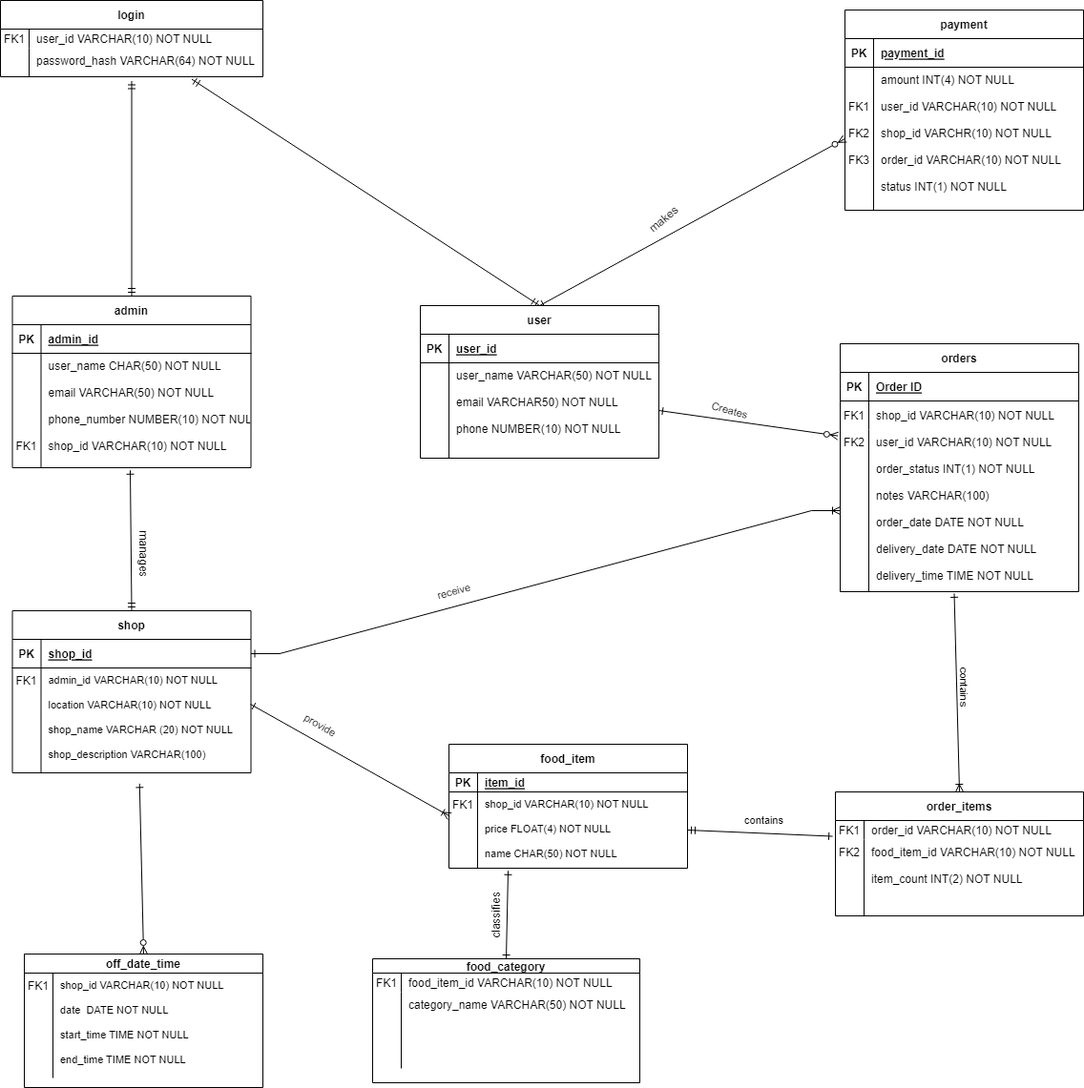
Above: Documentation/ER_diagram.png in Adhokshaja73/Fast-Food (draw.io), before the change. Source tidied: cells renumbered, new cells last; positions are measured from the earlier drawing's top-left corner, leaving out a move shared by most shapes.
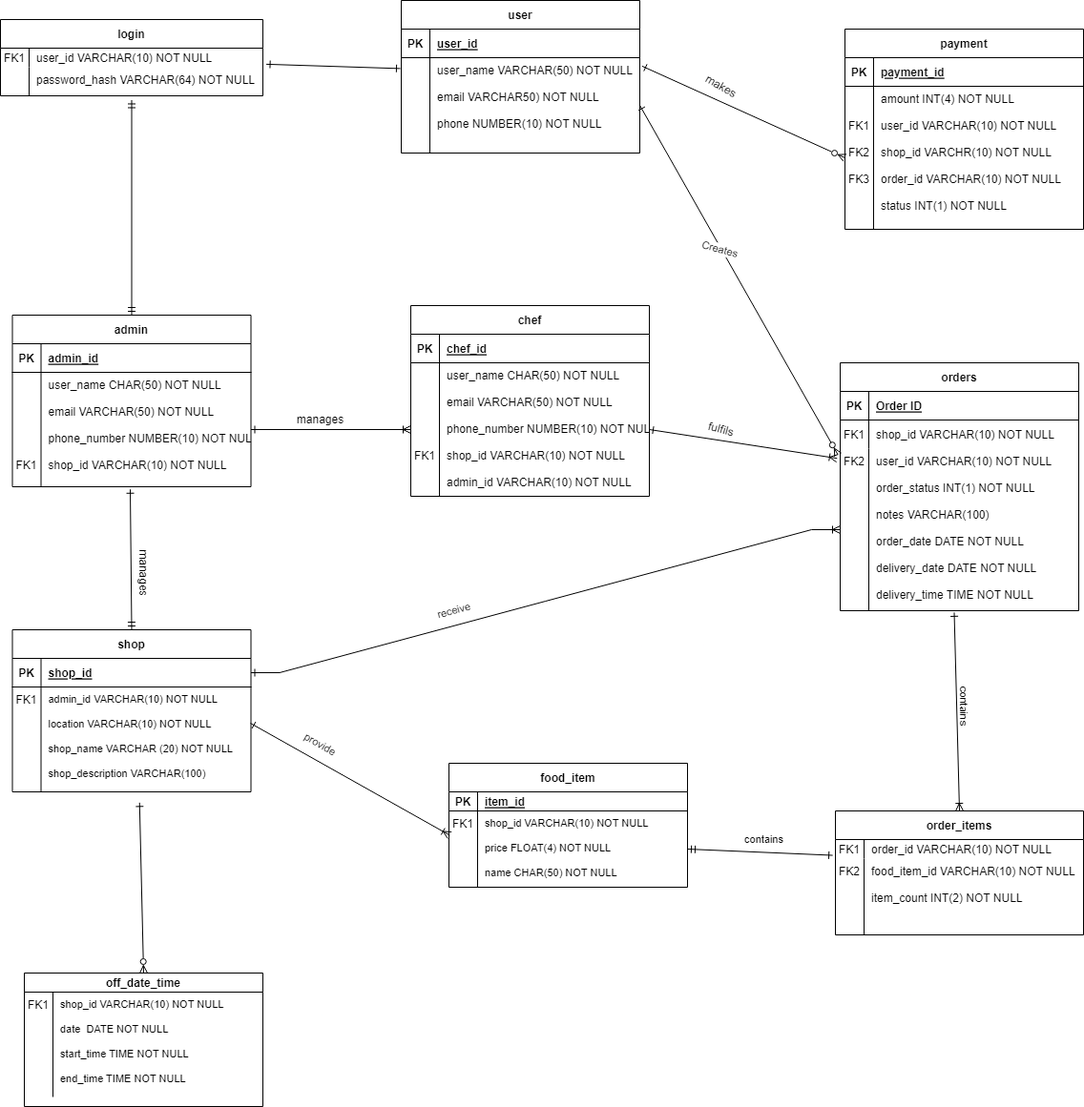
The same file after the commit.

Diff of the diagram source:
```diff
@@ -64,14 +64,14 @@
     <mxCell id="21" value="food_item_id VARCHAR(10) NOT NULL&#10;&#10;item_count INT(2) NOT NULL" style="shape=partialRectangle;overflow=hidden;fillColor=none;top=0;left=0;bottom=0;right=0;align=left;spacingLeft=6;verticalAlign=top;" parent="19" vertex="1">
       <mxGeometry x="30" width="230" height="80" as="geometry" />
     </mxCell>
-    <mxCell id="22" style="edgeStyle=none;rounded=0;jettySize=auto;html=1;exitX=0.5;exitY=0;exitDx=0;exitDy=0;fontSize=12;startArrow=ERmandOne;startFill=0;endArrow=ERmandOne;endFill=0;entryX=0.729;entryY=1.086;entryDx=0;entryDy=0;entryPerimeter=0;" parent="1" edge="1" source="24" target="65">
+    <mxCell id="22" style="edgeStyle=none;rounded=0;jettySize=auto;html=1;exitX=-0.004;exitY=0.114;exitDx=0;exitDy=0;fontSize=12;startArrow=ERone;startFill=0;endArrow=ERone;endFill=0;entryX=1.013;entryY=-0.104;entryDx=0;entryDy=0;entryPerimeter=0;exitPerimeter=0;" parent="1" edge="1" source="28" target="65">
       <mxGeometry relative="1" as="geometry" />
     </mxCell>
-    <mxCell id="23" style="edgeStyle=none;rounded=0;jettySize=auto;html=1;exitX=0.5;exitY=0;exitDx=0;exitDy=0;entryX=0;entryY=0.5;entryDx=0;entryDy=0;fontSize=12;startArrow=ERone;startFill=0;endArrow=ERzeroToMany;endFill=0;" parent="1" edge="1" source="24" target="73">
+    <mxCell id="23" style="edgeStyle=none;rounded=0;jettySize=auto;html=1;exitX=1.009;exitY=0.088;exitDx=0;exitDy=0;entryX=0;entryY=0.5;entryDx=0;entryDy=0;fontSize=12;startArrow=ERone;startFill=0;endArrow=ERzeroToMany;endFill=0;exitPerimeter=0;" parent="1" edge="1" source="28" target="73">
       <mxGeometry relative="1" as="geometry" />
     </mxCell>
     <mxCell id="24" value="user" style="shape=table;startSize=30;rowLines=0;fontStyle=1;align=center;" parent="1" vertex="1">
-      <mxGeometry x="440" y="320" width="250" height="160" as="geometry" />
+      <mxGeometry x="420" y="-20" width="250" height="160" as="geometry" />
     </mxCell>
     <mxCell id="25" style="shape=partialRectangle;fillColor=none;top=0;left=0;right=0;bottom=1;" parent="24" vertex="1">
       <mxGeometry y="30" width="250" height="30" as="geometry" />
@@ -226,8 +226,8 @@
     <mxCell id="75" value="amount INT(4) NOT NULL&#10;&#10;user_id VARCHAR(10) NOT NULL&#10;&#10;shop_id VARCHR(10) NOT NULL&#10;&#10;order_id VARCHAR(10) NOT NULL&#10;&#10;status INT(1) NOT NULL" style="shape=partialRectangle;overflow=hidden;fillColor=none;top=0;left=0;bottom=0;right=0;align=left;spacingLeft=6;fontSize=12;verticalAlign=top;" parent="73" vertex="1">
       <mxGeometry x="30" width="220" height="150" as="geometry" />
     </mxCell>
-    <mxCell id="76" value="makes" style="text;html=1;align=center;verticalAlign=middle;strokeColor=none;fillColor=none;fontSize=12;rotation=-40;" parent="1" vertex="1">
-      <mxGeometry x="670" y="220" width="50" height="20" as="geometry" />
+    <mxCell id="76" value="makes" style="text;html=1;align=center;verticalAlign=middle;strokeColor=none;fillColor=none;fontSize=12;rotation=30;" parent="1" vertex="1">
+      <mxGeometry x="730" y="60" width="50" height="20" as="geometry" />
     </mxCell>
     <mxCell id="77" value="off_date_time" style="shape=table;startSize=20;rowLines=0;fontStyle=1;align=center;" parent="1" vertex="1">
       <mxGeometry x="25" y="1000" width="250" height="140" as="geometry" />
@@ -244,32 +244,38 @@
     <mxCell id="81" style="edgeStyle=none;rounded=0;jettySize=auto;html=1;exitX=0.533;exitY=1.103;exitDx=0;exitDy=0;fontSize=12;startArrow=ERone;startFill=0;endArrow=ERzeroToMany;endFill=0;exitPerimeter=0;entryX=0.5;entryY=0;entryDx=0;entryDy=0;" parent="1" edge="1" source="46" target="77">
       <mxGeometry relative="1" as="geometry" />
     </mxCell>
-    <mxCell id="82" style="rounded=0;jettySize=auto;html=1;exitX=0.5;exitY=0;exitDx=0;exitDy=0;entryX=0.248;entryY=1.035;entryDx=0;entryDy=0;entryPerimeter=0;endArrow=ERone;endFill=0;startArrow=ERone;startFill=0;" parent="1" edge="1" source="83" target="37">
-      <mxGeometry relative="1" as="geometry" />
-    </mxCell>
-    <mxCell id="83" value="food_category" style="shape=table;startSize=15;rowLines=0;fontStyle=1;align=center;" parent="1" vertex="1">
-      <mxGeometry x="390" y="1005" width="280" height="130" as="geometry" />
-    </mxCell>
-    <mxCell id="84" style="shape=partialRectangle;fillColor=none;top=0;left=0;right=0;bottom=0;" parent="83" vertex="1">
-      <mxGeometry y="15" width="280" height="20" as="geometry" />
-    </mxCell>
+    <mxCell id="91" value="chef" style="shape=table;startSize=30;rowLines=0;fontStyle=1;align=center;" parent="1" vertex="1">
+      <mxGeometry x="430" y="300" width="250" height="200" as="geometry" />
+    </mxCell>
+    <mxCell id="92" style="shape=partialRectangle;fillColor=none;top=0;left=0;right=0;bottom=1;" parent="91" vertex="1">
+      <mxGeometry y="30" width="250" height="30" as="geometry" />
+    </mxCell>
+    <mxCell id="93" value="PK" style="shape=partialRectangle;overflow=hidden;fillColor=none;top=0;left=0;bottom=0;right=0;fontStyle=1;" parent="92" vertex="1">
+      <mxGeometry width="30" height="30" as="geometry" />
+    </mxCell>
+    <mxCell id="94" value="chef_id" style="shape=partialRectangle;overflow=hidden;fillColor=none;top=0;left=0;bottom=0;right=0;align=left;spacingLeft=6;fontStyle=5;" parent="92" vertex="1">
+      <mxGeometry x="30" width="220" height="30" as="geometry" />
+    </mxCell>
+    <mxCell id="95" style="shape=partialRectangle;fillColor=none;points=[[0,0.5],[1,0.5]];portConstraint=eastwest;top=0;left=0;right=0;bottom=0;" parent="91" vertex="1">
+      <mxGeometry y="60" width="250" height="140" as="geometry" />
+    </mxCell>
-    <mxCell id="85" value="FK1" style="shape=partialRectangle;overflow=hidden;fillColor=none;top=0;left=0;bottom=0;right=0;" parent="84" vertex="1">
-      <mxGeometry width="30" height="20" as="geometry" />
+    <mxCell id="85" value="&#10;&#10;&#10;&#10;&#10;&#10;FK1" style="shape=partialRectangle;overflow=hidden;fillColor=none;top=0;left=0;bottom=0;right=0;verticalAlign=top;" parent="95" vertex="1">
+      <mxGeometry width="30" height="140" as="geometry" />
     </mxCell>
-    <mxCell id="86" value="food_item_id VARCHAR(10) NOT NULL" style="shape=partialRectangle;overflow=hidden;fillColor=none;top=0;left=0;bottom=0;right=0;align=left;spacingLeft=6;" parent="84" vertex="1">
-      <mxGeometry x="30" width="250" height="20" as="geometry" />
-    </mxCell>
-    <mxCell id="87" style="shape=partialRectangle;fillColor=none;top=0;left=0;right=0;bottom=0;" parent="83" vertex="1">
-      <mxGeometry y="35" width="280" height="80" as="geometry" />
-    </mxCell>
-    <mxCell id="88" style="shape=partialRectangle;overflow=hidden;fillColor=none;top=0;left=0;bottom=0;right=0;verticalAlign=top;" parent="87" vertex="1">
-      <mxGeometry width="30" height="80" as="geometry" />
-    </mxCell>
-    <mxCell id="89" value="category_name VARCHAR(50) NOT NULL" style="shape=partialRectangle;overflow=hidden;fillColor=none;top=0;left=0;bottom=0;right=0;align=left;spacingLeft=6;verticalAlign=top;" parent="87" vertex="1">
-      <mxGeometry x="30" width="250" height="80" as="geometry" />
-    </mxCell>
-    <mxCell id="90" value="classifies" style="text;html=1;align=center;verticalAlign=middle;strokeColor=none;fillColor=none;rotation=-90;" parent="1" vertex="1">
-      <mxGeometry x="490" y="950" width="60" height="20" as="geometry" />
-    </mxCell>
+    <mxCell id="96" value="user_name CHAR(50) NOT NULL&#10;&#10;email VARCHAR(50) NOT NULL&#10;&#10;phone_number NUMBER(10) NOT NULL&#10;&#10;shop_id VARCHAR(10) NOT NULL&#10;&#10;admin_id VARCHAR(10) NOT NULL&#10;&#10;" style="shape=partialRectangle;overflow=hidden;fillColor=none;top=0;left=0;bottom=0;right=0;align=left;spacingLeft=6;fontSize=12;verticalAlign=top;" parent="95" vertex="1">
+      <mxGeometry x="30" width="220" height="140" as="geometry" />
+    </mxCell>
+    <mxCell id="97" style="rounded=0;jettySize=auto;html=1;exitX=1;exitY=0.5;exitDx=0;exitDy=0;entryX=-0.013;entryY=0.06;entryDx=0;entryDy=0;entryPerimeter=0;startArrow=ERone;startFill=0;endArrow=ERoneToMany;endFill=0;" parent="1" edge="1" source="95" target="12">
+      <mxGeometry relative="1" as="geometry" />
+    </mxCell>
+    <mxCell id="98" value="fulfils" style="text;html=1;align=center;verticalAlign=middle;strokeColor=none;fillColor=none;rotation=15;" parent="1" vertex="1">
+      <mxGeometry x="735" y="420" width="40" height="20" as="geometry" />
+    </mxCell>
+    <mxCell id="99" style="edgeStyle=none;rounded=0;jettySize=auto;html=1;entryX=0;entryY=0.5;entryDx=0;entryDy=0;startArrow=ERone;startFill=0;endArrow=ERoneToMany;endFill=0;" parent="1" edge="1" source="56" target="95">
+      <mxGeometry relative="1" as="geometry" />
+    </mxCell>
+    <mxCell id="100" value="manages" style="text;html=1;align=center;verticalAlign=middle;strokeColor=none;fillColor=none;" parent="1" vertex="1">
+      <mxGeometry x="300" y="410" width="70" height="20" as="geometry" />
+    </mxCell>
   </root>
 </mxGraphModel>
```
